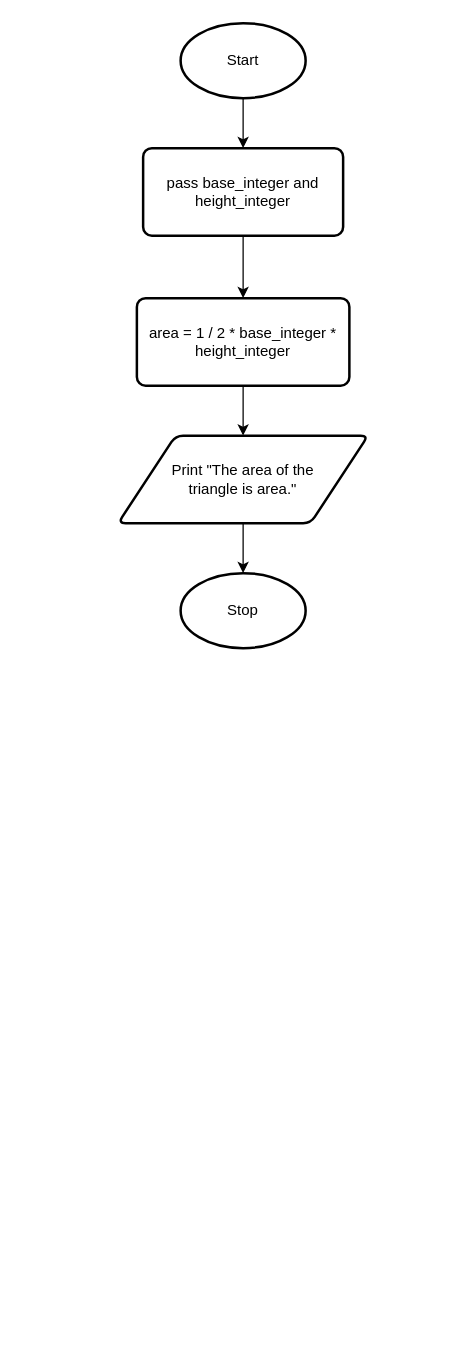
Earlier version of the draw.io diagram design.flowchart.drawio (Yiyun-Qin/ICS3U-Unit6-03-Python). Source tidied: cells renumbered, new cells numbered last; positions are measured from the earlier drawing's top-left corner, leaving out a move shared by most shapes. Both pictures are drawn from the tidied source at 125%, with x=0, y=0 at pixel (118, 22).
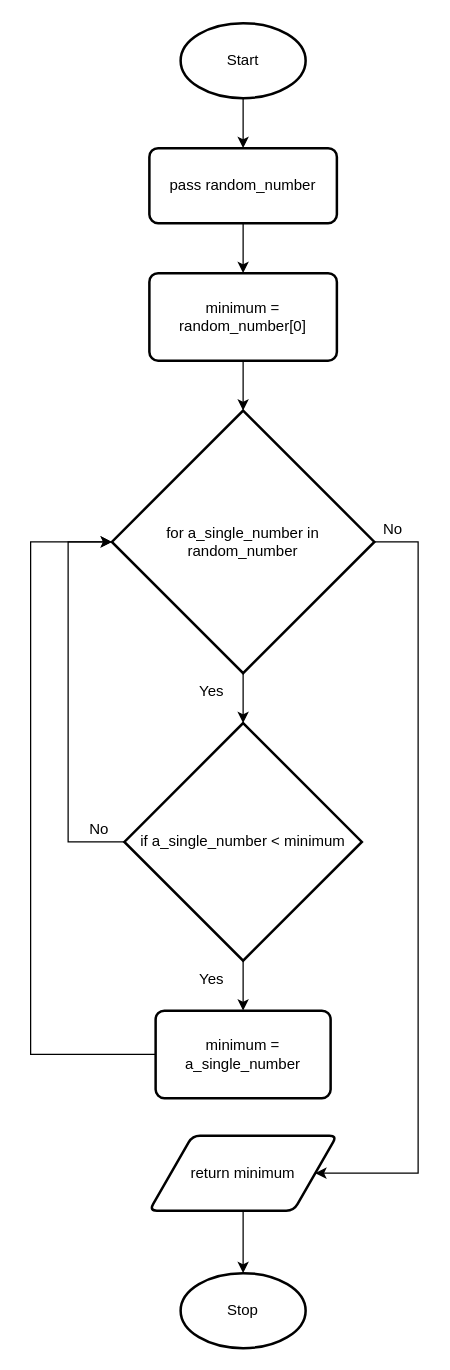
After the change.

The edit, as a diff of the source:
```diff
@@
     <mxCell id="4" value="Stop" style="strokeWidth=2;html=1;shape=mxgraph.flowchart.start_1;whiteSpace=wrap;" parent="1" vertex="1">
-      <mxGeometry x="50" y="440" width="100" height="60" as="geometry" />
+      <mxGeometry x="50" y="1000" width="100" height="60" as="geometry" />
     </mxCell>
-    <mxCell id="5" style="edgeStyle=none;html=1;exitX=0.5;exitY=1;exitDx=0;exitDy=0;entryX=0.5;entryY=0;entryDx=0;entryDy=0;" parent="1" edge="1" source="6" target="8">
-      <mxGeometry relative="1" as="geometry" />
-    </mxCell>
+    <mxCell id="11" style="edgeStyle=none;html=1;exitX=0.5;exitY=1;exitDx=0;exitDy=0;entryX=0.5;entryY=0;entryDx=0;entryDy=0;" parent="1" edge="1" source="6" target="9">
+      <mxGeometry relative="1" as="geometry" />
+    </mxCell>
-    <mxCell id="6" value="pass base_integer and height_integer" style="rounded=1;whiteSpace=wrap;html=1;absoluteArcSize=1;arcSize=14;strokeWidth=2;" parent="1" vertex="1">
-      <mxGeometry x="20" y="100" width="160" height="70" as="geometry" />
+    <mxCell id="6" value="pass random_number" style="rounded=1;whiteSpace=wrap;html=1;absoluteArcSize=1;arcSize=14;strokeWidth=2;" parent="1" vertex="1">
+      <mxGeometry x="25" y="100" width="150" height="60" as="geometry" />
     </mxCell>
-    <mxCell id="7" style="edgeStyle=none;html=1;exitX=0.5;exitY=1;exitDx=0;exitDy=0;entryX=0.5;entryY=0;entryDx=0;entryDy=0;" parent="1" edge="1" source="8" target="10">
-      <mxGeometry relative="1" as="geometry" />
-    </mxCell>
-    <mxCell id="8" value="area = 1 / 2 * base_integer * height_integer" style="rounded=1;whiteSpace=wrap;html=1;absoluteArcSize=1;arcSize=14;strokeWidth=2;" parent="1" vertex="1">
-      <mxGeometry x="15" y="220" width="170" height="70" as="geometry" />
-    </mxCell>
+    <mxCell id="12" style="edgeStyle=none;html=1;exitX=0.5;exitY=1;exitDx=0;exitDy=0;entryX=0.5;entryY=0;entryDx=0;entryDy=0;entryPerimeter=0;" parent="1" edge="1" source="9" target="15">
+      <mxGeometry relative="1" as="geometry" />
+    </mxCell>
-    <mxCell id="9" style="edgeStyle=none;html=1;exitX=0.5;exitY=1;exitDx=0;exitDy=0;entryX=0.5;entryY=0;entryDx=0;entryDy=0;entryPerimeter=0;" parent="1" edge="1" source="10" target="4">
-      <mxGeometry relative="1" as="geometry" />
+    <mxCell id="9" value="minimum = random_number[0]" style="rounded=1;whiteSpace=wrap;html=1;absoluteArcSize=1;arcSize=14;strokeWidth=2;" parent="1" vertex="1">
+      <mxGeometry x="25" y="200" width="150" height="70" as="geometry" />
     </mxCell>
-    <mxCell id="10" value="Print &quot;The area of the &lt;br&gt;triangle is area.&quot;" style="shape=parallelogram;html=1;strokeWidth=2;perimeter=parallelogramPerimeter;whiteSpace=wrap;rounded=1;arcSize=12;size=0.23;" parent="1" vertex="1">
-      <mxGeometry y="330" width="200" height="70" as="geometry" />
-    </mxCell>
+    <mxCell id="13" style="edgeStyle=none;html=1;exitX=0.5;exitY=1;exitDx=0;exitDy=0;exitPerimeter=0;entryX=0.5;entryY=0;entryDx=0;entryDy=0;entryPerimeter=0;" parent="1" edge="1" source="15" target="18">
+      <mxGeometry relative="1" as="geometry" />
+    </mxCell>
+    <mxCell id="14" style="edgeStyle=orthogonalEdgeStyle;rounded=0;html=1;exitX=1;exitY=0.5;exitDx=0;exitDy=0;exitPerimeter=0;entryX=1;entryY=0.5;entryDx=0;entryDy=0;" parent="1" edge="1" source="15" target="25">
+      <mxGeometry relative="1" as="geometry">
+        <Array as="points">
+          <mxPoint x="240" y="415" />
+          <mxPoint x="240" y="920" />
+        </Array>
+      </mxGeometry>
+    </mxCell>
+    <mxCell id="15" value="for a_single_number in random_number" style="strokeWidth=2;html=1;shape=mxgraph.flowchart.decision;whiteSpace=wrap;" parent="1" vertex="1">
+      <mxGeometry x="-5" y="310" width="210" height="210" as="geometry" />
+    </mxCell>
+    <mxCell id="16" style="edgeStyle=none;html=1;exitX=0.5;exitY=1;exitDx=0;exitDy=0;exitPerimeter=0;entryX=0.5;entryY=0;entryDx=0;entryDy=0;" parent="1" edge="1" source="18" target="20">
+      <mxGeometry relative="1" as="geometry" />
+    </mxCell>
+    <mxCell id="17" style="edgeStyle=orthogonalEdgeStyle;html=1;exitX=0;exitY=0.5;exitDx=0;exitDy=0;exitPerimeter=0;entryX=0;entryY=0.5;entryDx=0;entryDy=0;entryPerimeter=0;rounded=0;" parent="1" edge="1" source="18" target="15">
+      <mxGeometry relative="1" as="geometry">
+        <Array as="points">
+          <mxPoint x="-40" y="655" />
+          <mxPoint x="-40" y="415" />
+        </Array>
+      </mxGeometry>
+    </mxCell>
+    <mxCell id="18" value="if a_single_number &amp;lt; minimum" style="strokeWidth=2;html=1;shape=mxgraph.flowchart.decision;whiteSpace=wrap;" parent="1" vertex="1">
+      <mxGeometry x="5" y="560" width="190" height="190" as="geometry" />
+    </mxCell>
+    <mxCell id="19" style="edgeStyle=orthogonalEdgeStyle;rounded=0;html=1;exitX=0;exitY=0.5;exitDx=0;exitDy=0;entryX=0;entryY=0.5;entryDx=0;entryDy=0;entryPerimeter=0;" parent="1" edge="1" source="20" target="15">
+      <mxGeometry relative="1" as="geometry">
+        <Array as="points">
+          <mxPoint x="-70" y="825" />
+          <mxPoint x="-70" y="415" />
+        </Array>
+      </mxGeometry>
+    </mxCell>
+    <mxCell id="20" value="minimum = a_single_number" style="rounded=1;whiteSpace=wrap;html=1;absoluteArcSize=1;arcSize=14;strokeWidth=2;" parent="1" vertex="1">
+      <mxGeometry x="30" y="790" width="140" height="70" as="geometry" />
+    </mxCell>
+    <mxCell id="21" value="Yes" style="text;html=1;strokeColor=none;fillColor=none;align=center;verticalAlign=middle;whiteSpace=wrap;rounded=0;" parent="1" vertex="1">
+      <mxGeometry x="50" y="520" width="50" height="30" as="geometry" />
+    </mxCell>
+    <mxCell id="22" value="Yes" style="text;html=1;strokeColor=none;fillColor=none;align=center;verticalAlign=middle;whiteSpace=wrap;rounded=0;" parent="1" vertex="1">
+      <mxGeometry x="50" y="750" width="50" height="30" as="geometry" />
+    </mxCell>
+    <mxCell id="23" value="No" style="text;html=1;strokeColor=none;fillColor=none;align=center;verticalAlign=middle;whiteSpace=wrap;rounded=0;" parent="1" vertex="1">
+      <mxGeometry x="-40" y="630" width="50" height="30" as="geometry" />
+    </mxCell>
+    <mxCell id="24" style="edgeStyle=orthogonalEdgeStyle;rounded=0;html=1;exitX=0.5;exitY=1;exitDx=0;exitDy=0;entryX=0.5;entryY=0;entryDx=0;entryDy=0;entryPerimeter=0;" parent="1" edge="1" source="25" target="4">
+      <mxGeometry relative="1" as="geometry" />
+    </mxCell>
+    <mxCell id="25" value="return minimum" style="shape=parallelogram;html=1;strokeWidth=2;perimeter=parallelogramPerimeter;whiteSpace=wrap;rounded=1;arcSize=12;size=0.23;" parent="1" vertex="1">
+      <mxGeometry x="25" y="890" width="150" height="60" as="geometry" />
+    </mxCell>
+    <mxCell id="26" value="No" style="text;html=1;strokeColor=none;fillColor=none;align=center;verticalAlign=middle;whiteSpace=wrap;rounded=0;" parent="1" vertex="1">
+      <mxGeometry x="195" y="390" width="50" height="30" as="geometry" />
+    </mxCell>
```
